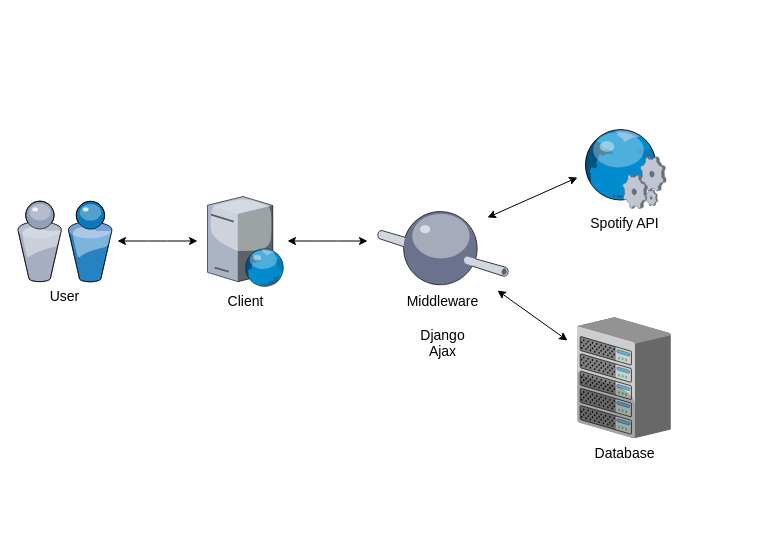
The draw.io diagram System architecture diagram.drawio in Caimpson/ITECHProj_GroupP, before the edit. Source tidied: cells renumbered, new cells numbered last; positions are measured from the earlier drawing's top-left corner, leaving out a move shared by most shapes. Both pictures are drawn from the tidied source at 100%, with x=0, y=0 at pixel (17, 128).
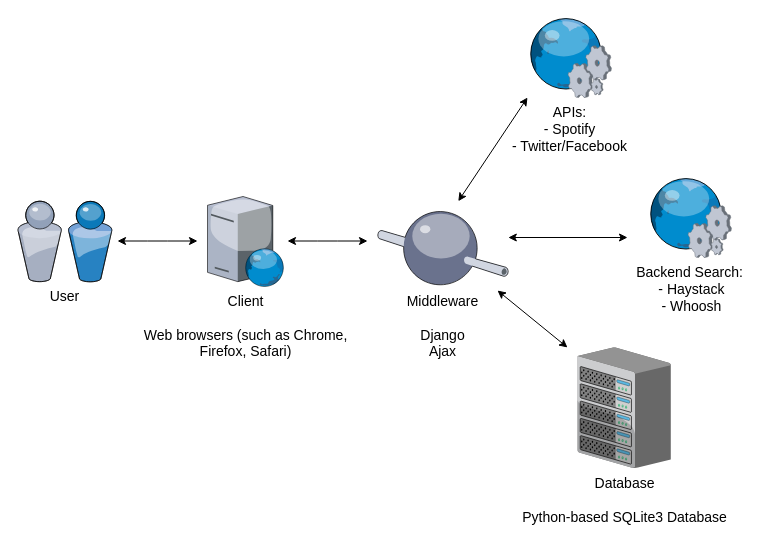
The same page after the edit.

The edit, as a diff of the source:
```diff
@@
 <mxGraphModel>
   <root>
     <mxCell id="0" />
     <mxCell id="1" parent="0" />
-    <mxCell id="2" value="Database" style="verticalLabelPosition=bottom;html=1;verticalAlign=top;strokeColor=none;shape=mxgraph.citrix.chassis;fillColor=#66B2FF;gradientColor=#0066CC;fontSize=14;" parent="1" vertex="1">
-      <mxGeometry x="560" y="189" width="93.3" height="120.5" as="geometry" />
+    <mxCell id="2" value="Database&lt;br&gt;&lt;br&gt;Python-based SQLite3 Database" style="verticalLabelPosition=bottom;html=1;verticalAlign=top;strokeColor=none;shape=mxgraph.citrix.chassis;fillColor=#66B2FF;gradientColor=#0066CC;fontSize=14;" parent="1" vertex="1">
+      <mxGeometry x="560" y="219" width="93.3" height="120.5" as="geometry" />
     </mxCell>
-    <mxCell id="3" value="Spotify API&lt;br&gt;" style="verticalLabelPosition=bottom;html=1;verticalAlign=top;strokeColor=none;shape=mxgraph.citrix.web_service;fillColor=#66B2FF;gradientColor=#0066CC;fontSize=14;" parent="1" vertex="1">
-      <mxGeometry x="564.7" width="84" height="80" as="geometry" />
+    <mxCell id="3" value="APIs:&lt;br&gt;- Spotify&lt;br&gt;- Twitter/Facebook" style="verticalLabelPosition=bottom;html=1;verticalAlign=top;strokeColor=none;shape=mxgraph.citrix.web_service;fillColor=#66B2FF;gradientColor=#0066CC;fontSize=14;" parent="1" vertex="1">
+      <mxGeometry x="510" y="-111" width="84" height="80" as="geometry" />
     </mxCell>
     <mxCell id="4" value="Middleware&lt;br&gt;&lt;br&gt;Django&lt;br&gt;Ajax" style="verticalLabelPosition=bottom;html=1;verticalAlign=top;strokeColor=none;align=center;shape=mxgraph.citrix.middleware;fontSize=14;" parent="1" vertex="1">
       <mxGeometry x="360" y="80" width="130.8" height="78" as="geometry" />
     </mxCell>
-    <mxCell id="5" value="Client" style="verticalLabelPosition=bottom;html=1;verticalAlign=top;strokeColor=none;align=center;shape=mxgraph.citrix.web_server;fontSize=14;" parent="1" vertex="1">
+    <mxCell id="5" value="Client&lt;br&gt;&lt;br&gt;Web browsers (such as Chrome, &lt;br&gt;Firefox, Safari)" style="verticalLabelPosition=bottom;html=1;verticalAlign=top;strokeColor=none;align=center;shape=mxgraph.citrix.web_server;fontSize=14;" parent="1" vertex="1">
       <mxGeometry x="190" y="68" width="76.5" height="90" as="geometry" />
     </mxCell>
     <mxCell id="6" value="User" style="verticalLabelPosition=bottom;html=1;verticalAlign=top;strokeColor=none;align=center;shape=mxgraph.citrix.users;fontSize=14;" parent="1" vertex="1">
       <mxGeometry y="72.7" width="94.5" height="80.6" as="geometry" />
     </mxCell>
     <mxCell id="7" style="endArrow=classic;startArrow=classic;html=1;fontSize=14;" parent="1" edge="1">
       <mxGeometry relative="1" as="geometry">
         <mxPoint x="100" y="112.5" as="sourcePoint" />
         <mxPoint x="180" y="112.5" as="targetPoint" />
         <Array as="points">
           <mxPoint x="140" y="112.5" />
         </Array>
       </mxGeometry>
     </mxCell>
     <mxCell id="8" style="endArrow=classic;startArrow=classic;html=1;fontSize=14;" parent="1" edge="1">
       <mxGeometry relative="1" as="geometry">
         <mxPoint x="270" y="112.5" as="sourcePoint" />
         <mxPoint x="350" y="112.5" as="targetPoint" />
         <Array as="points">
           <mxPoint x="310" y="112.5" />
         </Array>
       </mxGeometry>
     </mxCell>
     <mxCell id="9" style="endArrow=classic;startArrow=classic;html=1;fontSize=14;" parent="1" edge="1">
       <mxGeometry relative="1" as="geometry">
-        <mxPoint x="470" y="89" as="sourcePoint" />
-        <mxPoint x="560" y="49" as="targetPoint" />
+        <mxPoint x="440.8" y="72.7" as="sourcePoint" />
+        <mxPoint x="510" y="-31" as="targetPoint" />
       </mxGeometry>
     </mxCell>
     <mxCell id="10" style="endArrow=classic;startArrow=classic;html=1;fontSize=14;" parent="1" edge="1">
       <mxGeometry relative="1" as="geometry">
         <mxPoint x="480" y="162" as="sourcePoint" />
-        <mxPoint x="550" y="212" as="targetPoint" />
+        <mxPoint x="550" y="219" as="targetPoint" />
       </mxGeometry>
     </mxCell>
+    <mxCell id="11" style="endArrow=classic;startArrow=classic;html=1;fontSize=14;" parent="1" edge="1">
+      <mxGeometry relative="1" as="geometry">
+        <mxPoint x="490.8" y="109" as="sourcePoint" />
+        <mxPoint x="610" y="109" as="targetPoint" />
+      </mxGeometry>
+    </mxCell>
+    <mxCell id="12" value="Backend Search:&lt;br&gt;&amp;nbsp;- Haystack&lt;br&gt;&amp;nbsp;- Whoosh" style="verticalLabelPosition=bottom;html=1;verticalAlign=top;strokeColor=none;shape=mxgraph.citrix.web_service;fillColor=#66B2FF;gradientColor=#0066CC;fontSize=14;" parent="1" vertex="1">
+      <mxGeometry x="630" y="49" width="84" height="80" as="geometry" />
+    </mxCell>
   </root>
 </mxGraphModel>
```
